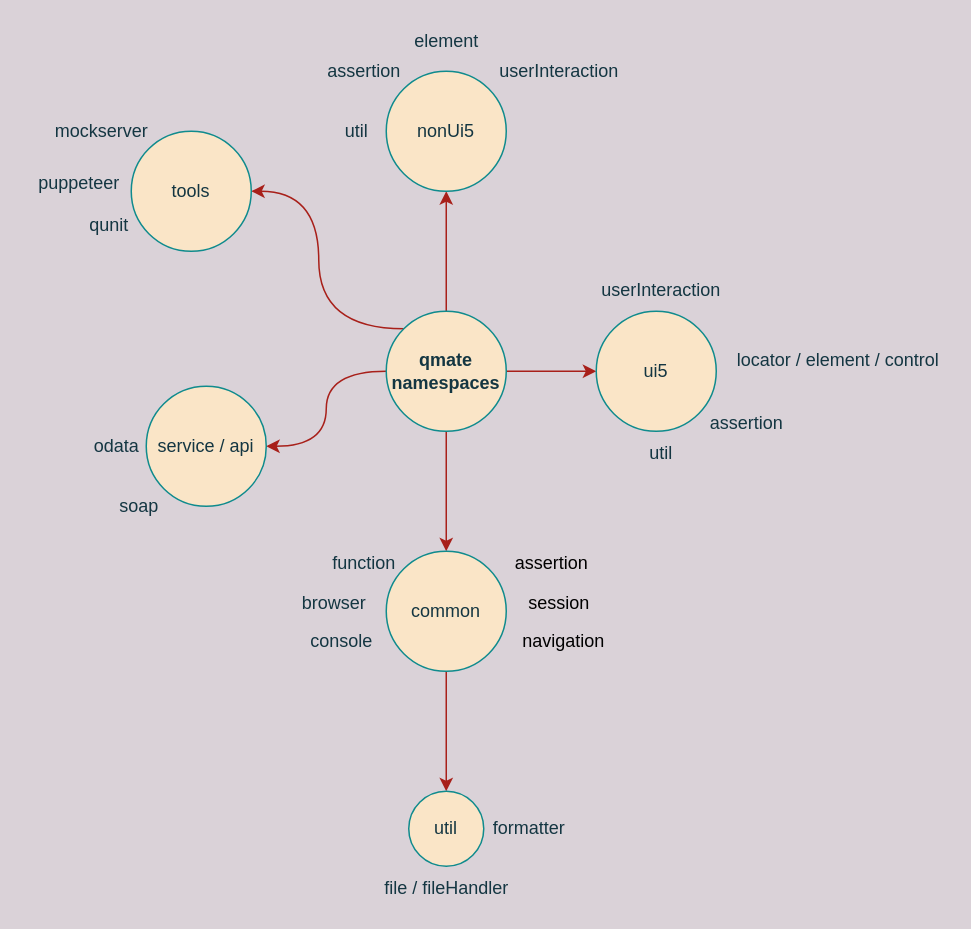
Earlier version of the draw.io diagram reuse/structure.drawio (SAP/wdio-qmate-service). Source tidied: cells renumbered, new cells numbered last; positions are measured from the earlier drawing's top-left corner, leaving out a move shared by most shapes. Both pictures are drawn from the tidied source at 150%, with x=0, y=0 at pixel (26, 26).
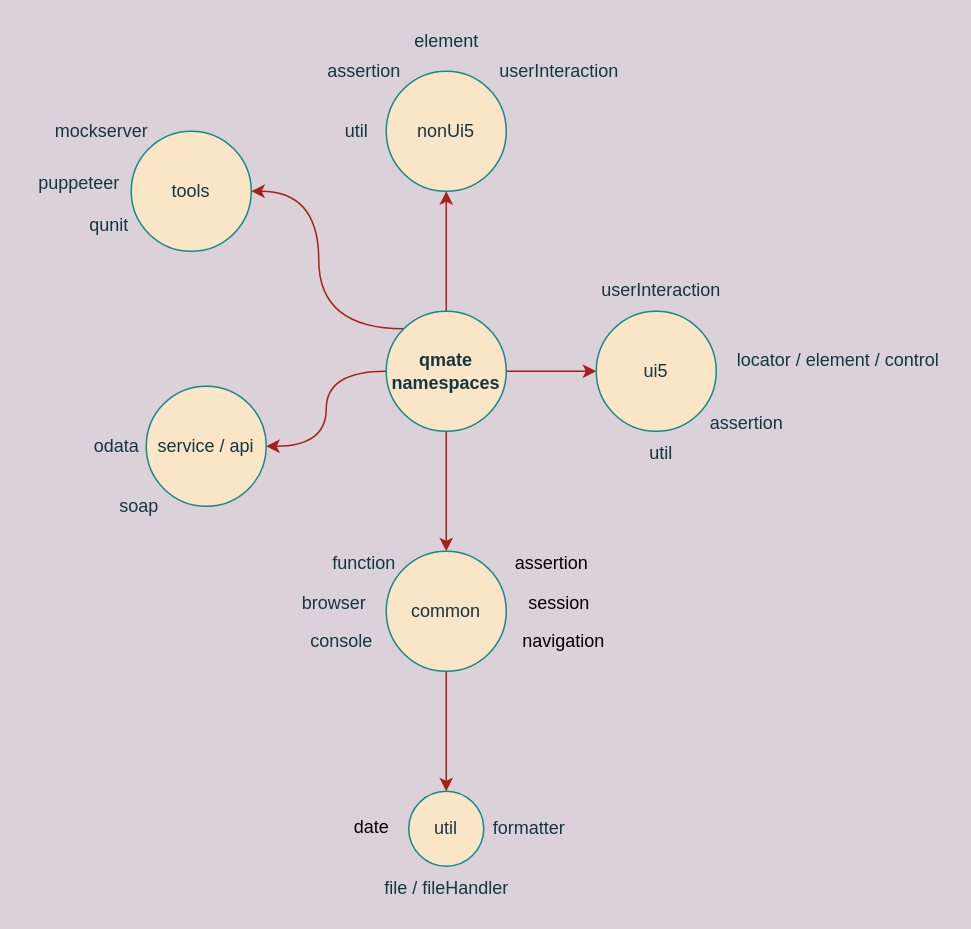
Above is the later version.

What changed in the source:
```diff
@@
+    <mxCell id="36" value="&lt;font color=&quot;#000000&quot;&gt;date&lt;/font&gt;" style="text;html=1;align=center;verticalAlign=middle;strokeColor=none;" parent="1" vertex="1">
+      <mxGeometry x="213" y="525" width="33" height="17" as="geometry" />
+    </mxCell>
```
